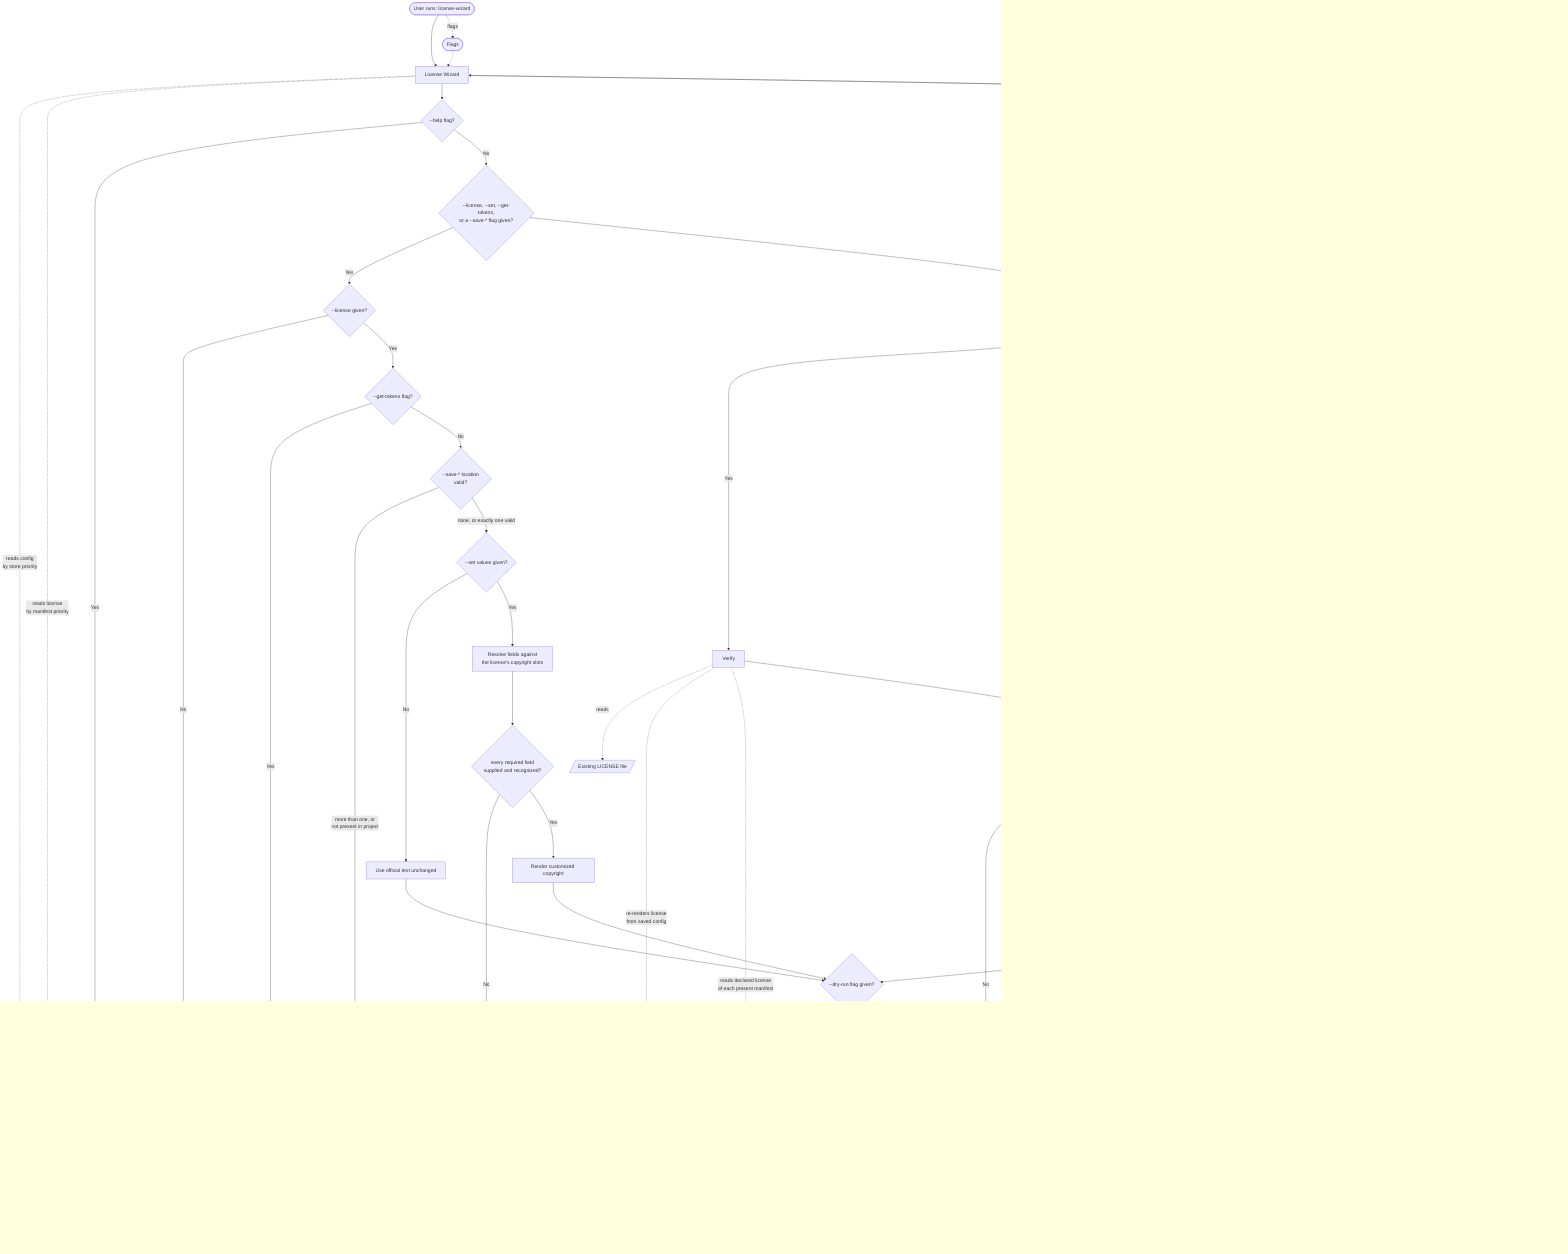
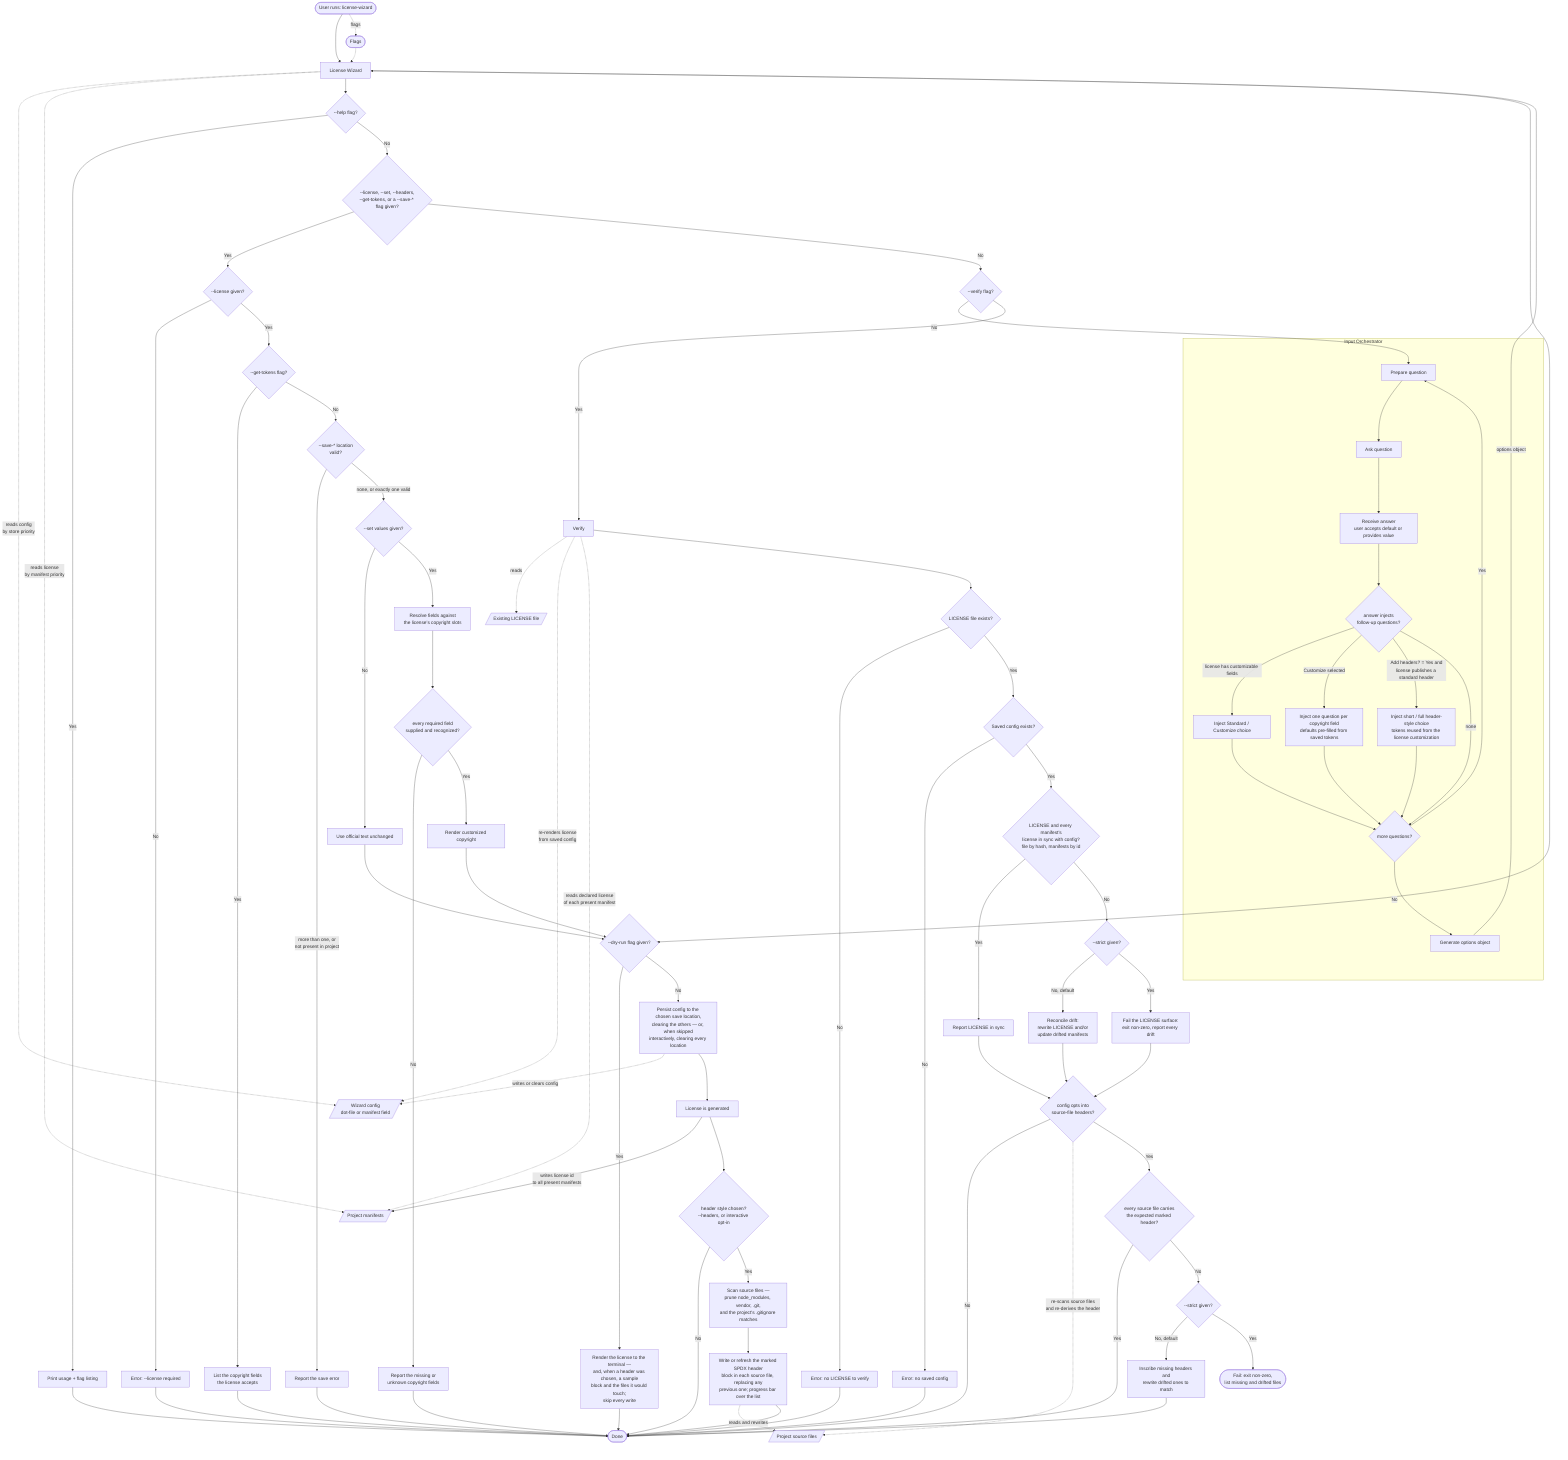
flowchart TD
    A([User runs: license-wizard]) --> LW[License Wizard]
    A -.->|flags| FL([Flags])
    FL -.-> LW
    LW -.->|reads config<br/>by store priority| LC[/Wizard config<br/>dot-file or manifest field/]
    LW -.->|reads license<br/>by manifest priority| PJ[/Project manifests/]

    LW --> HELP{--help flag?}

    %% ─── Help path ───
    HELP -->|Yes| HU[Print usage + flag listing]
    HU --> H

-     HELP -->|No| NI{--license, --set, --get-tokens,<br/>or a --save-* flag given?}
+     HELP -->|No| NI{--license, --set, --headers,<br/>--get-tokens, or a --save-* flag given?}

    %% ─── Non-interactive CLI path ───
    NI -->|Yes| NIL{--license given?}
    NIL -->|No| ERRL[Error: --license required] --> H
    NIL -->|Yes| GT{--get-tokens flag?}
    GT -->|Yes| LT[List the copyright fields<br/>the license accepts] --> H
    GT -->|No| SV{--save-* location<br/>valid?}
    SV -->|more than one, or<br/>not present in project| ERRS[Report the save error] --> H
    SV -->|none, or exactly one valid| HS{--set values given?}
    HS -->|No| STD[Use official text unchanged]
    HS -->|Yes| RES[Resolve fields against<br/>the license's copyright slots]
    RES --> CHK{every required field<br/>supplied and recognized?}
    CHK -->|No| NEED[Report the missing or<br/>unknown copyright fields] --> H
    CHK -->|Yes| CUST[Render customized copyright]
    STD --> DR
    CUST --> DR

    %% ─── Dry-run gate (shared by both generation paths) ───
    DR{--dry-run flag given?}
-     DR -->|Yes| DRP[Render the license to the terminal;<br/>skip every write — no LICENSE,<br/>config, or manifest update] --> H
+     DR -->|Yes| DRP[Render the license to the terminal —<br/>and, when a header was chosen, a sample<br/>block and the files it would touch;<br/>skip every write] --> H
    DR -->|No| PSV
    PSV[Persist config to the chosen save location,<br/>clearing the others — or, when skipped<br/>interactively, clearing every location]
    PSV -.->|writes or clears config| LC
    PSV --> G

    NI -->|No| M{--verify flag?}

    %% ─── Interactive / generation path ───
    M -->|No| C

    subgraph IO [Input Orchestrator]
        C[Prepare question]
        C --> D[Ask question]
        D --> E[Receive answer<br/>user accepts default or provides value]
        E --> INJ{answer injects<br/>follow-up questions?}
        INJ -->|license has customizable fields| MODE[Inject Standard / Customize choice]
        INJ -->|Customize selected| FIELDS[Inject one question per copyright field<br/>defaults pre-filled from saved tokens]
+         INJ -->|Add headers? = Yes and<br/>license publishes a standard header| HSTYLE[Inject short / full header-style choice<br/>tokens reused from the license customization]
        INJ -->|none| F
        MODE --> F
        FIELDS --> F
+         HSTYLE --> F
        F{more questions?}
        F -->|Yes| C
        F -->|No| OG[Generate options object]
    end

    OG -->|options object| LW
    LW --> DR
    G[License is generated]
    G -->|writes license id<br/>to all present manifests| PJ
-     G --> H([Done])
+     G --> GH{header style chosen?<br/>--headers, or interactive opt-in}
+     GH -->|No| H([Done])
+     GH -->|Yes| HSCAN[Scan source files —<br/>prune node_modules, vendor, .git,<br/>and the project's .gitignore matches]
+     HSCAN --> HWRITE[Write or refresh the marked SPDX header<br/>block in each source file, replacing any<br/>previous one; progress bar over the list]
+     HWRITE -.->|reads and rewrites| SF[/Project source files/]
+     HWRITE --> H

    %% ─── Verification path (standalone: ignores every other flag) ───
    M -->|Yes| V[Verify]
    V -.->|reads| EL[/Existing LICENSE file/]
    V -.->|re-renders license<br/>from saved config| LC
    V -.->|reads declared license<br/>of each present manifest| PJ
    V --> HASL{LICENSE file exists?}
    HASL -->|No| ERRNL[Error: no LICENSE to verify] --> H
    HASL -->|Yes| HASC{Saved config exists?}
    HASC -->|No| ERRNC[Error: no saved config] --> H
    HASC -->|Yes| R{LICENSE and every manifest's<br/>license in sync with config?<br/>file by hash, manifests by id}
-     R -->|Yes| PASS([Pass])
+     R -->|Yes| PASS[Report LICENSE in sync]
    R -->|No| AG{--strict given?}
-     AG -->|No, default| G2[Reconcile drift:<br/>rewrite LICENSE and/or<br/>update drifted manifests] --> H
-     AG -->|Yes| FAIL([Fail: exit non-zero,<br/>report every drifted surface])
+     AG -->|No, default| G2[Reconcile drift:<br/>rewrite LICENSE and/or<br/>update drifted manifests]
+     AG -->|Yes| FAIL[Fail the LICENSE surface:<br/>exit non-zero, report every drift]
+     PASS --> HV
+     G2 --> HV
+     FAIL --> HV
+ 
+     %% ─── Header verification (same run, when config opts into headers) ───
+     HV{config opts into<br/>source-file headers?}
+     HV -->|No| H
+     HV -.->|re-scans source files<br/>and re-derives the header| SF
+     HV -->|Yes| HVR{every source file carries<br/>the expected marked header?}
+     HVR -->|Yes| H
+     HVR -->|No| HVAG{--strict given?}
+     HVAG -->|No, default| HVFIX[Inscribe missing headers and<br/>rewrite drifted ones to match] --> H
+     HVAG -->|Yes| HVFAIL([Fail: exit non-zero,<br/>list missing and drifted files])
